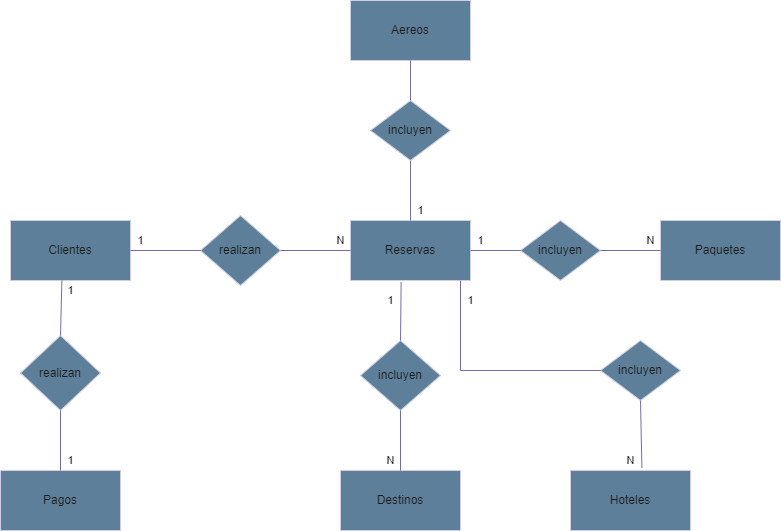
This is Diagrama Agenciaviaj.png from Julianm510/SQL, a draw.io export, as it was before one commit. Source tidied: cells renumbered, new cells last; positions are measured from the earlier drawing's top-left corner, leaving out a move shared by most shapes. The source it was exported from:
```xml
<mxGraphModel>
  <root>
    <mxCell id="0" />
    <mxCell id="1" parent="0" />
    <mxCell id="2" value="Aereos" style="rounded=0;whiteSpace=wrap;html=1;labelBackgroundColor=none;fillColor=#5D7F99;strokeColor=#D0CEE2;fontColor=#1A1A1A;" parent="1" vertex="1">
      <mxGeometry x="350" width="120" height="60" as="geometry" />
    </mxCell>
    <mxCell id="3" value="Clientes" style="rounded=0;whiteSpace=wrap;html=1;labelBackgroundColor=none;fillColor=#5D7F99;strokeColor=#D0CEE2;fontColor=#1A1A1A;" parent="1" vertex="1">
      <mxGeometry x="10" y="220" width="120" height="60" as="geometry" />
    </mxCell>
    <mxCell id="4" value="Reservas" style="rounded=0;whiteSpace=wrap;html=1;labelBackgroundColor=none;fillColor=#5D7F99;strokeColor=#D0CEE2;fontColor=#1A1A1A;" parent="1" vertex="1">
      <mxGeometry x="350" y="220" width="120" height="60" as="geometry" />
    </mxCell>
    <mxCell id="5" value="Hoteles" style="rounded=0;whiteSpace=wrap;html=1;labelBackgroundColor=none;fillColor=#5D7F99;strokeColor=#D0CEE2;fontColor=#1A1A1A;" parent="1" vertex="1">
      <mxGeometry x="570" y="470" width="120" height="60" as="geometry" />
    </mxCell>
    <mxCell id="6" value="Paquetes" style="rounded=0;whiteSpace=wrap;html=1;labelBackgroundColor=none;fillColor=#5D7F99;strokeColor=#D0CEE2;fontColor=#1A1A1A;" parent="1" vertex="1">
      <mxGeometry x="660" y="220" width="120" height="60" as="geometry" />
    </mxCell>
    <mxCell id="7" value="Pagos" style="rounded=0;whiteSpace=wrap;html=1;labelBackgroundColor=none;fillColor=#5D7F99;strokeColor=#D0CEE2;fontColor=#1A1A1A;" parent="1" vertex="1">
      <mxGeometry y="470" width="120" height="60" as="geometry" />
    </mxCell>
    <mxCell id="8" value="Destinos" style="rounded=0;whiteSpace=wrap;html=1;labelBackgroundColor=none;fillColor=#5D7F99;strokeColor=#D0CEE2;fontColor=#1A1A1A;" parent="1" vertex="1">
      <mxGeometry x="340" y="470" width="120" height="60" as="geometry" />
    </mxCell>
    <mxCell id="9" value="1" style="endArrow=none;html=1;rounded=0;entryX=0.5;entryY=1;entryDx=0;entryDy=0;labelBackgroundColor=none;fontColor=default;strokeColor=#736CA8;" parent="1" edge="1" target="2">
      <mxGeometry x="-0.88" y="-10" relative="1" as="geometry">
        <mxPoint x="410" y="220" as="sourcePoint" />
      </mxGeometry>
    </mxCell>
    <mxCell id="10" value="realizan" style="rhombus;whiteSpace=wrap;html=1;labelBackgroundColor=none;fillColor=#5D7F99;strokeColor=#D0CEE2;fontColor=#1A1A1A;" parent="1" vertex="1">
      <mxGeometry x="20" y="335" width="80" height="75" as="geometry" />
    </mxCell>
    <mxCell id="11" value="incluyen" style="rhombus;whiteSpace=wrap;html=1;labelBackgroundColor=none;fillColor=#5D7F99;strokeColor=#D0CEE2;fontColor=#1A1A1A;" parent="1" vertex="1">
      <mxGeometry x="370" y="100" width="80" height="60" as="geometry" />
    </mxCell>
    <mxCell id="12" value="incluyen" style="rhombus;whiteSpace=wrap;html=1;labelBackgroundColor=none;fillColor=#5D7F99;strokeColor=#D0CEE2;fontColor=#1A1A1A;" parent="1" vertex="1">
      <mxGeometry x="520" y="220" width="80" height="60" as="geometry" />
    </mxCell>
    <mxCell id="13" value="incluyen" style="rhombus;whiteSpace=wrap;html=1;labelBackgroundColor=none;fillColor=#5D7F99;strokeColor=#D0CEE2;fontColor=#1A1A1A;" parent="1" vertex="1">
      <mxGeometry x="600" y="340" width="80" height="60" as="geometry" />
    </mxCell>
    <mxCell id="14" value="incluyen" style="rhombus;whiteSpace=wrap;html=1;labelBackgroundColor=none;fillColor=#5D7F99;strokeColor=#D0CEE2;fontColor=#1A1A1A;" parent="1" vertex="1">
      <mxGeometry x="360" y="340" width="80" height="70" as="geometry" />
    </mxCell>
    <mxCell id="15" value="1" style="endArrow=none;html=1;rounded=0;entryX=0.422;entryY=1.027;entryDx=0;entryDy=0;entryPerimeter=0;labelBackgroundColor=none;fontColor=default;strokeColor=#736CA8;" parent="1" edge="1" target="4">
      <mxGeometry x="0.37" y="10" relative="1" as="geometry">
        <mxPoint x="400" y="340" as="sourcePoint" />
      </mxGeometry>
    </mxCell>
    <mxCell id="16" value="1" style="endArrow=none;html=1;rounded=0;exitX=0.5;exitY=0;exitDx=0;exitDy=0;labelBackgroundColor=none;fontColor=default;strokeColor=#736CA8;" parent="1" edge="1" source="7">
      <mxGeometry x="-0.67" y="-10" relative="1" as="geometry">
        <mxPoint x="60" y="410" as="targetPoint" />
      </mxGeometry>
    </mxCell>
    <mxCell id="17" value="1" style="endArrow=none;html=1;rounded=0;entryX=0.428;entryY=1;entryDx=0;entryDy=0;entryPerimeter=0;labelBackgroundColor=none;fontColor=default;strokeColor=#736CA8;" parent="1" edge="1" target="3">
      <mxGeometry x="0.64" y="-9" relative="1" as="geometry">
        <mxPoint x="60" y="335" as="sourcePoint" />
      </mxGeometry>
    </mxCell>
    <mxCell id="18" style="endArrow=none;html=1;rounded=0;labelBackgroundColor=none;fontColor=default;strokeColor=#736CA8;" parent="1" edge="1">
      <mxGeometry relative="1" as="geometry">
        <mxPoint x="460" y="370" as="sourcePoint" />
        <mxPoint x="600" y="370" as="targetPoint" />
        <Array as="points">
          <mxPoint x="600" y="370" />
        </Array>
      </mxGeometry>
    </mxCell>
    <mxCell id="19" value="1" style="endArrow=none;html=1;rounded=0;labelBackgroundColor=none;fontColor=default;strokeColor=#736CA8;" parent="1" edge="1">
      <mxGeometry x="0.56" y="-10" relative="1" as="geometry">
        <mxPoint x="460" y="370" as="sourcePoint" />
        <mxPoint x="460" y="280" as="targetPoint" />
      </mxGeometry>
    </mxCell>
    <mxCell id="20" value="realizan" style="rhombus;whiteSpace=wrap;html=1;labelBackgroundColor=none;fillColor=#5D7F99;strokeColor=#D0CEE2;fontColor=#1A1A1A;" parent="1" vertex="1">
      <mxGeometry x="200" y="215" width="80" height="70" as="geometry" />
    </mxCell>
    <mxCell id="21" style="edgeStyle=entityRelationEdgeStyle;fontSize=12;html=1;endArrow=ERoneToMany;rounded=0;shape=arrow;strokeColor=none;labelBackgroundColor=none;fontColor=default;" parent="1" edge="1">
      <mxGeometry relative="1" as="geometry">
        <mxPoint x="370" y="410" as="sourcePoint" />
        <mxPoint x="180" y="410" as="targetPoint" />
      </mxGeometry>
    </mxCell>
    <mxCell id="22" style="edgeStyle=entityRelationEdgeStyle;fontSize=12;html=1;endArrow=ERoneToMany;rounded=0;strokeColor=none;labelBackgroundColor=none;fontColor=default;" parent="1" edge="1" target="8">
      <mxGeometry relative="1" as="geometry">
        <mxPoint x="400" y="410" as="sourcePoint" />
      </mxGeometry>
    </mxCell>
    <mxCell id="23" value="N" style="endArrow=none;html=1;rounded=0;exitX=0.595;exitY=-0.047;exitDx=0;exitDy=0;exitPerimeter=0;labelBackgroundColor=none;fontColor=default;strokeColor=#736CA8;" parent="1" edge="1" source="5">
      <mxGeometry x="-0.78" y="11" relative="1" as="geometry">
        <mxPoint x="640" y="400" as="targetPoint" />
      </mxGeometry>
    </mxCell>
    <mxCell id="24" value="N" style="endArrow=none;html=1;rounded=0;labelBackgroundColor=none;fontColor=default;strokeColor=#736CA8;" parent="1" edge="1" source="8">
      <mxGeometry x="-0.67" y="10" relative="1" as="geometry">
        <mxPoint x="400" y="410" as="targetPoint" />
      </mxGeometry>
    </mxCell>
    <mxCell id="25" value="1" style="endArrow=none;html=1;rounded=0;exitX=1;exitY=0.5;exitDx=0;exitDy=0;entryX=0;entryY=0.5;entryDx=0;entryDy=0;labelBackgroundColor=none;fontColor=default;strokeColor=#736CA8;" parent="1" edge="1" source="3" target="20">
      <mxGeometry x="-0.71" y="10" relative="1" as="geometry" />
    </mxCell>
    <mxCell id="26" value="N" style="endArrow=none;html=1;rounded=0;labelBackgroundColor=none;fontColor=default;strokeColor=#736CA8;" parent="1" edge="1" source="20">
      <mxGeometry x="0.71" y="10" relative="1" as="geometry">
        <mxPoint x="350" y="250" as="targetPoint" />
      </mxGeometry>
    </mxCell>
    <mxCell id="27" value="N" style="endArrow=none;html=1;rounded=0;exitX=1;exitY=0.5;exitDx=0;exitDy=0;labelBackgroundColor=none;fontColor=default;strokeColor=#736CA8;" parent="1" edge="1" source="12">
      <mxGeometry x="0.67" y="10" relative="1" as="geometry">
        <mxPoint x="660" y="250" as="targetPoint" />
      </mxGeometry>
    </mxCell>
    <mxCell id="28" value="1" style="endArrow=none;html=1;rounded=0;exitX=1;exitY=0.5;exitDx=0;exitDy=0;labelBackgroundColor=none;fontColor=default;strokeColor=#736CA8;" parent="1" edge="1" source="4">
      <mxGeometry x="-0.6" y="10" relative="1" as="geometry">
        <mxPoint x="520" y="250" as="targetPoint" />
      </mxGeometry>
    </mxCell>
  </root>
</mxGraphModel>
```
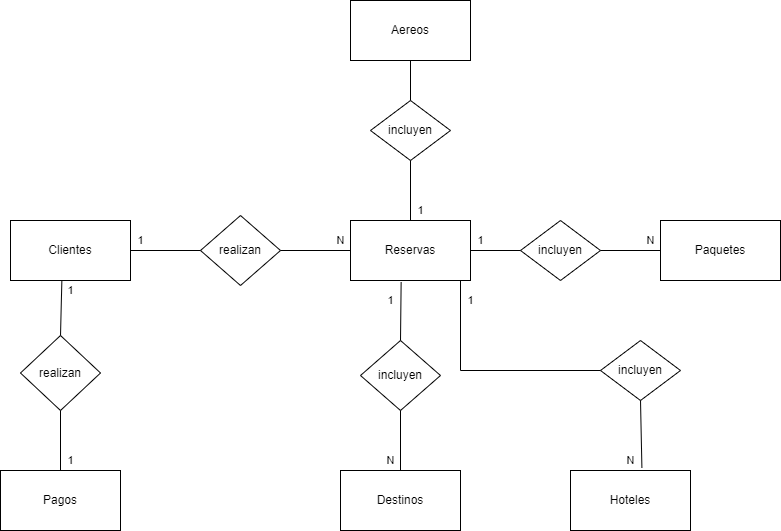
The same file after the commit.

What changed in the source:
```diff
@@ -1,64 +1,64 @@
-<mxGraphModel>
+<mxGraphModel background="light-dark(#FFFFFF,#FFFFFF)">
   <root>
     <mxCell id="0" />
     <mxCell id="1" parent="0" />
-    <mxCell id="2" value="Aereos" style="rounded=0;whiteSpace=wrap;html=1;labelBackgroundColor=none;fillColor=#5D7F99;strokeColor=#D0CEE2;fontColor=#1A1A1A;" parent="1" vertex="1">
+    <mxCell id="2" value="Aereos" style="rounded=0;whiteSpace=wrap;html=1;labelBackgroundColor=none;" parent="1" vertex="1">
       <mxGeometry x="350" width="120" height="60" as="geometry" />
     </mxCell>
-    <mxCell id="3" value="Clientes" style="rounded=0;whiteSpace=wrap;html=1;labelBackgroundColor=none;fillColor=#5D7F99;strokeColor=#D0CEE2;fontColor=#1A1A1A;" parent="1" vertex="1">
+    <mxCell id="3" value="Clientes" style="rounded=0;whiteSpace=wrap;html=1;labelBackgroundColor=none;" parent="1" vertex="1">
       <mxGeometry x="10" y="220" width="120" height="60" as="geometry" />
     </mxCell>
-    <mxCell id="4" value="Reservas" style="rounded=0;whiteSpace=wrap;html=1;labelBackgroundColor=none;fillColor=#5D7F99;strokeColor=#D0CEE2;fontColor=#1A1A1A;" parent="1" vertex="1">
+    <mxCell id="4" value="Reservas" style="rounded=0;whiteSpace=wrap;html=1;labelBackgroundColor=none;" parent="1" vertex="1">
       <mxGeometry x="350" y="220" width="120" height="60" as="geometry" />
     </mxCell>
-    <mxCell id="5" value="Hoteles" style="rounded=0;whiteSpace=wrap;html=1;labelBackgroundColor=none;fillColor=#5D7F99;strokeColor=#D0CEE2;fontColor=#1A1A1A;" parent="1" vertex="1">
+    <mxCell id="5" value="Hoteles" style="rounded=0;whiteSpace=wrap;html=1;labelBackgroundColor=none;" parent="1" vertex="1">
       <mxGeometry x="570" y="470" width="120" height="60" as="geometry" />
     </mxCell>
-    <mxCell id="6" value="Paquetes" style="rounded=0;whiteSpace=wrap;html=1;labelBackgroundColor=none;fillColor=#5D7F99;strokeColor=#D0CEE2;fontColor=#1A1A1A;" parent="1" vertex="1">
+    <mxCell id="6" value="Paquetes" style="rounded=0;whiteSpace=wrap;html=1;labelBackgroundColor=none;" parent="1" vertex="1">
       <mxGeometry x="660" y="220" width="120" height="60" as="geometry" />
     </mxCell>
-    <mxCell id="7" value="Pagos" style="rounded=0;whiteSpace=wrap;html=1;labelBackgroundColor=none;fillColor=#5D7F99;strokeColor=#D0CEE2;fontColor=#1A1A1A;" parent="1" vertex="1">
+    <mxCell id="7" value="Pagos" style="rounded=0;whiteSpace=wrap;html=1;labelBackgroundColor=none;" parent="1" vertex="1">
       <mxGeometry y="470" width="120" height="60" as="geometry" />
     </mxCell>
-    <mxCell id="8" value="Destinos" style="rounded=0;whiteSpace=wrap;html=1;labelBackgroundColor=none;fillColor=#5D7F99;strokeColor=#D0CEE2;fontColor=#1A1A1A;" parent="1" vertex="1">
+    <mxCell id="8" value="Destinos" style="rounded=0;whiteSpace=wrap;html=1;labelBackgroundColor=none;" parent="1" vertex="1">
       <mxGeometry x="340" y="470" width="120" height="60" as="geometry" />
     </mxCell>
-    <mxCell id="9" value="1" style="endArrow=none;html=1;rounded=0;entryX=0.5;entryY=1;entryDx=0;entryDy=0;labelBackgroundColor=none;fontColor=default;strokeColor=#736CA8;" parent="1" edge="1" target="2">
+    <mxCell id="9" value="1" style="endArrow=none;html=1;rounded=0;entryX=0.5;entryY=1;entryDx=0;entryDy=0;labelBackgroundColor=none;fontColor=default;" parent="1" edge="1" target="2">
       <mxGeometry x="-0.88" y="-10" relative="1" as="geometry">
         <mxPoint x="410" y="220" as="sourcePoint" />
       </mxGeometry>
     </mxCell>
-    <mxCell id="10" value="realizan" style="rhombus;whiteSpace=wrap;html=1;labelBackgroundColor=none;fillColor=#5D7F99;strokeColor=#D0CEE2;fontColor=#1A1A1A;" parent="1" vertex="1">
+    <mxCell id="10" value="realizan" style="rhombus;whiteSpace=wrap;html=1;labelBackgroundColor=none;rounded=0;" parent="1" vertex="1">
       <mxGeometry x="20" y="335" width="80" height="75" as="geometry" />
     </mxCell>
-    <mxCell id="11" value="incluyen" style="rhombus;whiteSpace=wrap;html=1;labelBackgroundColor=none;fillColor=#5D7F99;strokeColor=#D0CEE2;fontColor=#1A1A1A;" parent="1" vertex="1">
+    <mxCell id="11" value="incluyen" style="rhombus;whiteSpace=wrap;html=1;labelBackgroundColor=none;rounded=0;" parent="1" vertex="1">
       <mxGeometry x="370" y="100" width="80" height="60" as="geometry" />
     </mxCell>
-    <mxCell id="12" value="incluyen" style="rhombus;whiteSpace=wrap;html=1;labelBackgroundColor=none;fillColor=#5D7F99;strokeColor=#D0CEE2;fontColor=#1A1A1A;" parent="1" vertex="1">
+    <mxCell id="12" value="incluyen" style="rhombus;whiteSpace=wrap;html=1;labelBackgroundColor=none;rounded=0;" parent="1" vertex="1">
       <mxGeometry x="520" y="220" width="80" height="60" as="geometry" />
     </mxCell>
-    <mxCell id="13" value="incluyen" style="rhombus;whiteSpace=wrap;html=1;labelBackgroundColor=none;fillColor=#5D7F99;strokeColor=#D0CEE2;fontColor=#1A1A1A;" parent="1" vertex="1">
+    <mxCell id="13" value="incluyen" style="rhombus;whiteSpace=wrap;html=1;labelBackgroundColor=none;rounded=0;" parent="1" vertex="1">
       <mxGeometry x="600" y="340" width="80" height="60" as="geometry" />
     </mxCell>
-    <mxCell id="14" value="incluyen" style="rhombus;whiteSpace=wrap;html=1;labelBackgroundColor=none;fillColor=#5D7F99;strokeColor=#D0CEE2;fontColor=#1A1A1A;" parent="1" vertex="1">
+    <mxCell id="14" value="incluyen" style="rhombus;whiteSpace=wrap;html=1;labelBackgroundColor=none;rounded=0;" parent="1" vertex="1">
       <mxGeometry x="360" y="340" width="80" height="70" as="geometry" />
     </mxCell>
-    <mxCell id="15" value="1" style="endArrow=none;html=1;rounded=0;entryX=0.422;entryY=1.027;entryDx=0;entryDy=0;entryPerimeter=0;labelBackgroundColor=none;fontColor=default;strokeColor=#736CA8;" parent="1" edge="1" target="4">
+    <mxCell id="15" value="1" style="endArrow=none;html=1;rounded=0;entryX=0.422;entryY=1.027;entryDx=0;entryDy=0;entryPerimeter=0;labelBackgroundColor=none;fontColor=default;" parent="1" edge="1" target="4">
       <mxGeometry x="0.37" y="10" relative="1" as="geometry">
         <mxPoint x="400" y="340" as="sourcePoint" />
       </mxGeometry>
     </mxCell>
-    <mxCell id="16" value="1" style="endArrow=none;html=1;rounded=0;exitX=0.5;exitY=0;exitDx=0;exitDy=0;labelBackgroundColor=none;fontColor=default;strokeColor=#736CA8;" parent="1" edge="1" source="7">
+    <mxCell id="16" value="1" style="endArrow=none;html=1;rounded=0;exitX=0.5;exitY=0;exitDx=0;exitDy=0;labelBackgroundColor=none;fontColor=default;" parent="1" edge="1" source="7">
       <mxGeometry x="-0.67" y="-10" relative="1" as="geometry">
         <mxPoint x="60" y="410" as="targetPoint" />
       </mxGeometry>
     </mxCell>
-    <mxCell id="17" value="1" style="endArrow=none;html=1;rounded=0;entryX=0.428;entryY=1;entryDx=0;entryDy=0;entryPerimeter=0;labelBackgroundColor=none;fontColor=default;strokeColor=#736CA8;" parent="1" edge="1" target="3">
+    <mxCell id="17" value="1" style="endArrow=none;html=1;rounded=0;entryX=0.428;entryY=1;entryDx=0;entryDy=0;entryPerimeter=0;labelBackgroundColor=none;fontColor=default;" parent="1" edge="1" target="3">
       <mxGeometry x="0.64" y="-9" relative="1" as="geometry">
         <mxPoint x="60" y="335" as="sourcePoint" />
       </mxGeometry>
     </mxCell>
-    <mxCell id="18" style="endArrow=none;html=1;rounded=0;labelBackgroundColor=none;fontColor=default;strokeColor=#736CA8;" parent="1" edge="1">
+    <mxCell id="18" style="endArrow=none;html=1;rounded=0;labelBackgroundColor=none;fontColor=default;" parent="1" edge="1">
       <mxGeometry relative="1" as="geometry">
         <mxPoint x="460" y="370" as="sourcePoint" />
         <mxPoint x="600" y="370" as="targetPoint" />
@@ -67,13 +67,13 @@
         </Array>
       </mxGeometry>
     </mxCell>
-    <mxCell id="19" value="1" style="endArrow=none;html=1;rounded=0;labelBackgroundColor=none;fontColor=default;strokeColor=#736CA8;" parent="1" edge="1">
+    <mxCell id="19" value="1" style="endArrow=none;html=1;rounded=0;labelBackgroundColor=none;fontColor=default;" parent="1" edge="1">
       <mxGeometry x="0.56" y="-10" relative="1" as="geometry">
         <mxPoint x="460" y="370" as="sourcePoint" />
         <mxPoint x="460" y="280" as="targetPoint" />
       </mxGeometry>
     </mxCell>
-    <mxCell id="20" value="realizan" style="rhombus;whiteSpace=wrap;html=1;labelBackgroundColor=none;fillColor=#5D7F99;strokeColor=#D0CEE2;fontColor=#1A1A1A;" parent="1" vertex="1">
+    <mxCell id="20" value="realizan" style="rhombus;whiteSpace=wrap;html=1;labelBackgroundColor=none;rounded=0;" parent="1" vertex="1">
       <mxGeometry x="200" y="215" width="80" height="70" as="geometry" />
     </mxCell>
     <mxCell id="21" style="edgeStyle=entityRelationEdgeStyle;fontSize=12;html=1;endArrow=ERoneToMany;rounded=0;shape=arrow;strokeColor=none;labelBackgroundColor=none;fontColor=default;" parent="1" edge="1">
@@ -87,30 +87,30 @@
         <mxPoint x="400" y="410" as="sourcePoint" />
       </mxGeometry>
     </mxCell>
-    <mxCell id="23" value="N" style="endArrow=none;html=1;rounded=0;exitX=0.595;exitY=-0.047;exitDx=0;exitDy=0;exitPerimeter=0;labelBackgroundColor=none;fontColor=default;strokeColor=#736CA8;" parent="1" edge="1" source="5">
+    <mxCell id="23" value="N" style="endArrow=none;html=1;rounded=0;exitX=0.595;exitY=-0.047;exitDx=0;exitDy=0;exitPerimeter=0;labelBackgroundColor=none;fontColor=default;" parent="1" edge="1" source="5">
       <mxGeometry x="-0.78" y="11" relative="1" as="geometry">
         <mxPoint x="640" y="400" as="targetPoint" />
       </mxGeometry>
     </mxCell>
-    <mxCell id="24" value="N" style="endArrow=none;html=1;rounded=0;labelBackgroundColor=none;fontColor=default;strokeColor=#736CA8;" parent="1" edge="1" source="8">
+    <mxCell id="24" value="N" style="endArrow=none;html=1;rounded=0;labelBackgroundColor=none;fontColor=default;" parent="1" edge="1" source="8">
       <mxGeometry x="-0.67" y="10" relative="1" as="geometry">
         <mxPoint x="400" y="410" as="targetPoint" />
       </mxGeometry>
     </mxCell>
-    <mxCell id="25" value="1" style="endArrow=none;html=1;rounded=0;exitX=1;exitY=0.5;exitDx=0;exitDy=0;entryX=0;entryY=0.5;entryDx=0;entryDy=0;labelBackgroundColor=none;fontColor=default;strokeColor=#736CA8;" parent="1" edge="1" source="3" target="20">
+    <mxCell id="25" value="1" style="endArrow=none;html=1;rounded=0;exitX=1;exitY=0.5;exitDx=0;exitDy=0;entryX=0;entryY=0.5;entryDx=0;entryDy=0;labelBackgroundColor=none;fontColor=default;" parent="1" edge="1" source="3" target="20">
       <mxGeometry x="-0.71" y="10" relative="1" as="geometry" />
     </mxCell>
-    <mxCell id="26" value="N" style="endArrow=none;html=1;rounded=0;labelBackgroundColor=none;fontColor=default;strokeColor=#736CA8;" parent="1" edge="1" source="20">
+    <mxCell id="26" value="N" style="endArrow=none;html=1;rounded=0;labelBackgroundColor=none;fontColor=default;" parent="1" edge="1" source="20">
       <mxGeometry x="0.71" y="10" relative="1" as="geometry">
         <mxPoint x="350" y="250" as="targetPoint" />
       </mxGeometry>
     </mxCell>
-    <mxCell id="27" value="N" style="endArrow=none;html=1;rounded=0;exitX=1;exitY=0.5;exitDx=0;exitDy=0;labelBackgroundColor=none;fontColor=default;strokeColor=#736CA8;" parent="1" edge="1" source="12">
+    <mxCell id="27" value="N" style="endArrow=none;html=1;rounded=0;exitX=1;exitY=0.5;exitDx=0;exitDy=0;labelBackgroundColor=none;fontColor=default;" parent="1" edge="1" source="12">
       <mxGeometry x="0.67" y="10" relative="1" as="geometry">
         <mxPoint x="660" y="250" as="targetPoint" />
       </mxGeometry>
     </mxCell>
-    <mxCell id="28" value="1" style="endArrow=none;html=1;rounded=0;exitX=1;exitY=0.5;exitDx=0;exitDy=0;labelBackgroundColor=none;fontColor=default;strokeColor=#736CA8;" parent="1" edge="1" source="4">
+    <mxCell id="28" value="1" style="endArrow=none;html=1;rounded=0;exitX=1;exitY=0.5;exitDx=0;exitDy=0;labelBackgroundColor=none;fontColor=default;" parent="1" edge="1" source="4">
       <mxGeometry x="-0.6" y="10" relative="1" as="geometry">
         <mxPoint x="520" y="250" as="targetPoint" />
       </mxGeometry>
```
